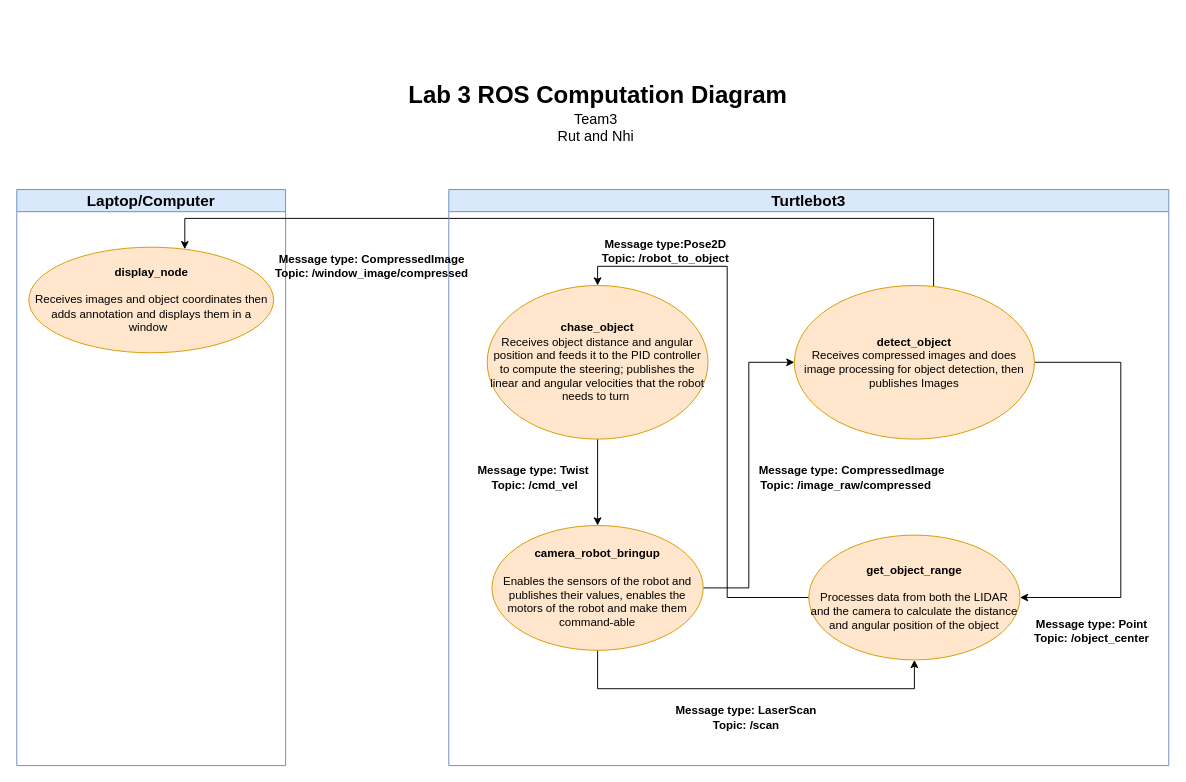
Before: Untitled Diagram.drawio in NhiNguyencmt8/RoboResearch, a draw.io diagram. Source tidied: cells renumbered, new cells numbered last; positions are measured from the earlier drawing's top-left corner, leaving out a move shared by most shapes. Both pictures are drawn from the tidied source at 96%, with x=0, y=0 at pixel (16, 74). Pictures stored in the file or linked from it are replaced by grey dashed boxes.
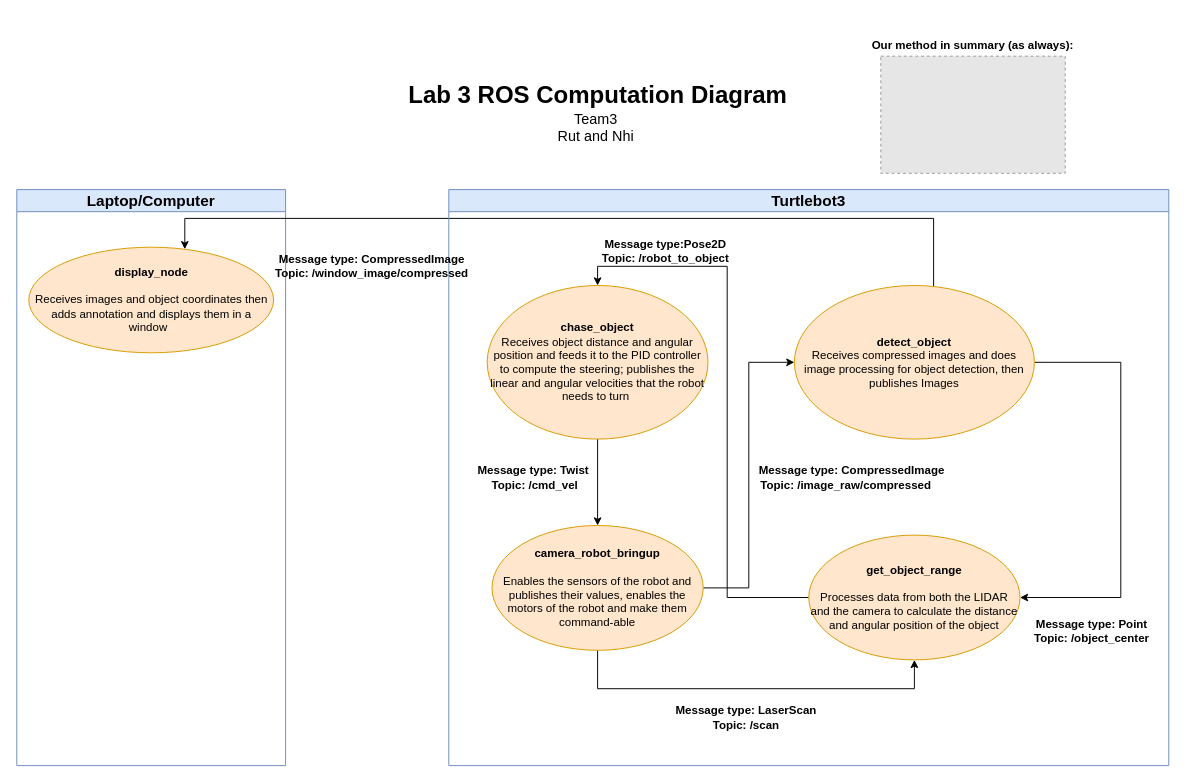
The same page after the edit.

The edit, as a diff of the source:
```diff
@@
+    <mxCell id="23" style="fillColor=#E6E6E6;strokeColor=#999999;dashed=1;verticalLabelPosition=bottom;labelBackgroundColor=default;verticalAlign=top;" parent="1" vertex="1">
+      <mxGeometry x="900" y="-19" width="192.1" height="122" as="geometry" />
+    </mxCell>
+    <mxCell id="24" value="&lt;span style=&quot;font-size: 12px;&quot;&gt;Our method in summary (as always):&lt;/span&gt;" style="text;html=1;align=center;verticalAlign=middle;whiteSpace=wrap;rounded=0;fontStyle=1;fontSize=11;spacing=-8;" parent="1" vertex="1">
+      <mxGeometry x="876.1" y="-60" width="240" height="60" as="geometry" />
+    </mxCell>
```
